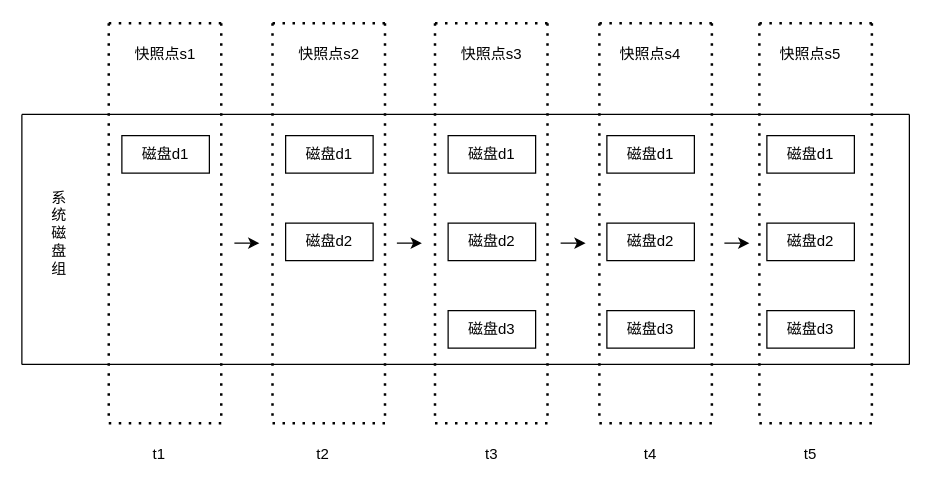
kisun-bit/draw.io keeps this draw.io diagram as 发明专利附图/一种windows整机永久增量备份方法/快照链管理.drawio. Above is the earlier version. Source tidied: cells renumbered, new cells numbered last; positions are measured from the earlier drawing's top-left corner, leaving out a move shared by most shapes. Both pictures are drawn from the tidied source at 125%, with x=0, y=0 at pixel (21, 22).
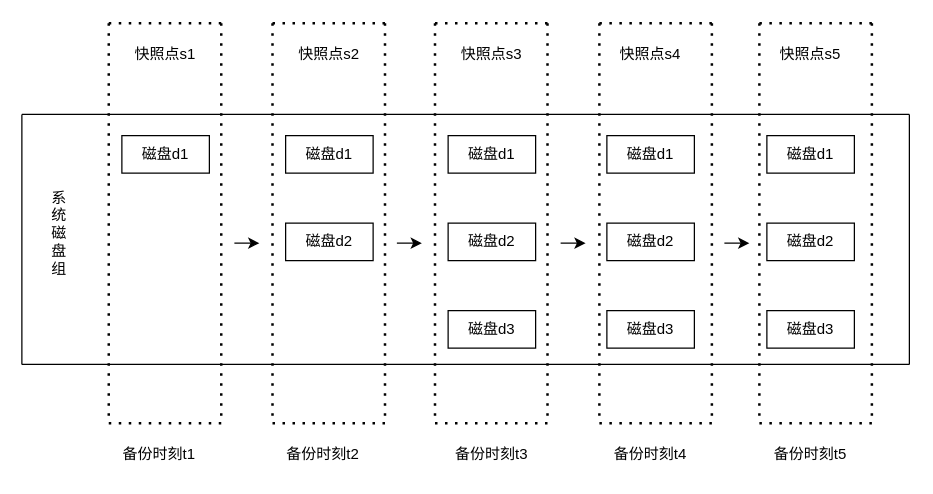
Above is the later version.

Commit message:
更新快照链管理.drawio-重命名备份时刻

Change to the diagram source:
```diff
@@
-    <mxCell id="47" value="t1" style="text;html=1;strokeColor=none;fillColor=none;align=center;verticalAlign=middle;whiteSpace=wrap;rounded=0;" parent="1" vertex="1">
+    <mxCell id="47" value="备份时刻t1" style="text;html=1;strokeColor=none;fillColor=none;align=center;verticalAlign=middle;whiteSpace=wrap;rounded=0;" parent="1" vertex="1">
       <mxGeometry x="80" y="330" width="60" height="30" as="geometry" />
     </mxCell>
-    <mxCell id="48" value="t2" style="text;html=1;strokeColor=none;fillColor=none;align=center;verticalAlign=middle;whiteSpace=wrap;rounded=0;" parent="1" vertex="1">
+    <mxCell id="48" value="备份时刻t2" style="text;html=1;strokeColor=none;fillColor=none;align=center;verticalAlign=middle;whiteSpace=wrap;rounded=0;" parent="1" vertex="1">
       <mxGeometry x="211" y="330" width="60" height="30" as="geometry" />
     </mxCell>
-    <mxCell id="49" value="t3" style="text;html=1;strokeColor=none;fillColor=none;align=center;verticalAlign=middle;whiteSpace=wrap;rounded=0;" parent="1" vertex="1">
+    <mxCell id="49" value="备份时刻t3" style="text;html=1;strokeColor=none;fillColor=none;align=center;verticalAlign=middle;whiteSpace=wrap;rounded=0;" parent="1" vertex="1">
       <mxGeometry x="346" y="330" width="60" height="30" as="geometry" />
     </mxCell>
-    <mxCell id="50" value="t4" style="text;html=1;strokeColor=none;fillColor=none;align=center;verticalAlign=middle;whiteSpace=wrap;rounded=0;" parent="1" vertex="1">
+    <mxCell id="50" value="备份时刻t4" style="text;html=1;strokeColor=none;fillColor=none;align=center;verticalAlign=middle;whiteSpace=wrap;rounded=0;" parent="1" vertex="1">
       <mxGeometry x="473" y="330" width="60" height="30" as="geometry" />
     </mxCell>
-    <mxCell id="51" value="t5" style="text;html=1;strokeColor=none;fillColor=none;align=center;verticalAlign=middle;whiteSpace=wrap;rounded=0;" parent="1" vertex="1">
+    <mxCell id="51" value="备份时刻t5" style="text;html=1;strokeColor=none;fillColor=none;align=center;verticalAlign=middle;whiteSpace=wrap;rounded=0;" parent="1" vertex="1">
       <mxGeometry x="601" y="330" width="60" height="30" as="geometry" />
     </mxCell>
```
